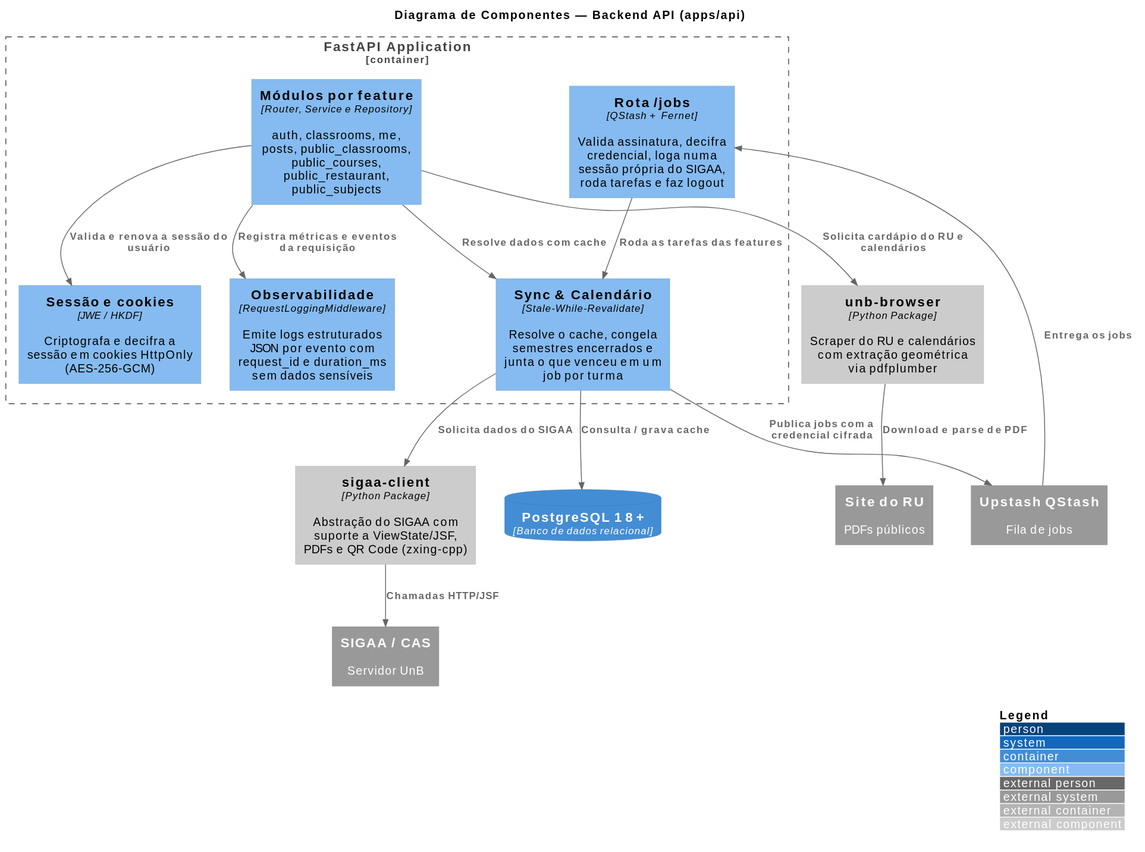
This is docs/assets/components_backend.svg from unb-mds/2026-2-Followw, a PlantUML export, as it was before one commit. Its source is kept beside it as docs/diagrams/components_backend.puml.
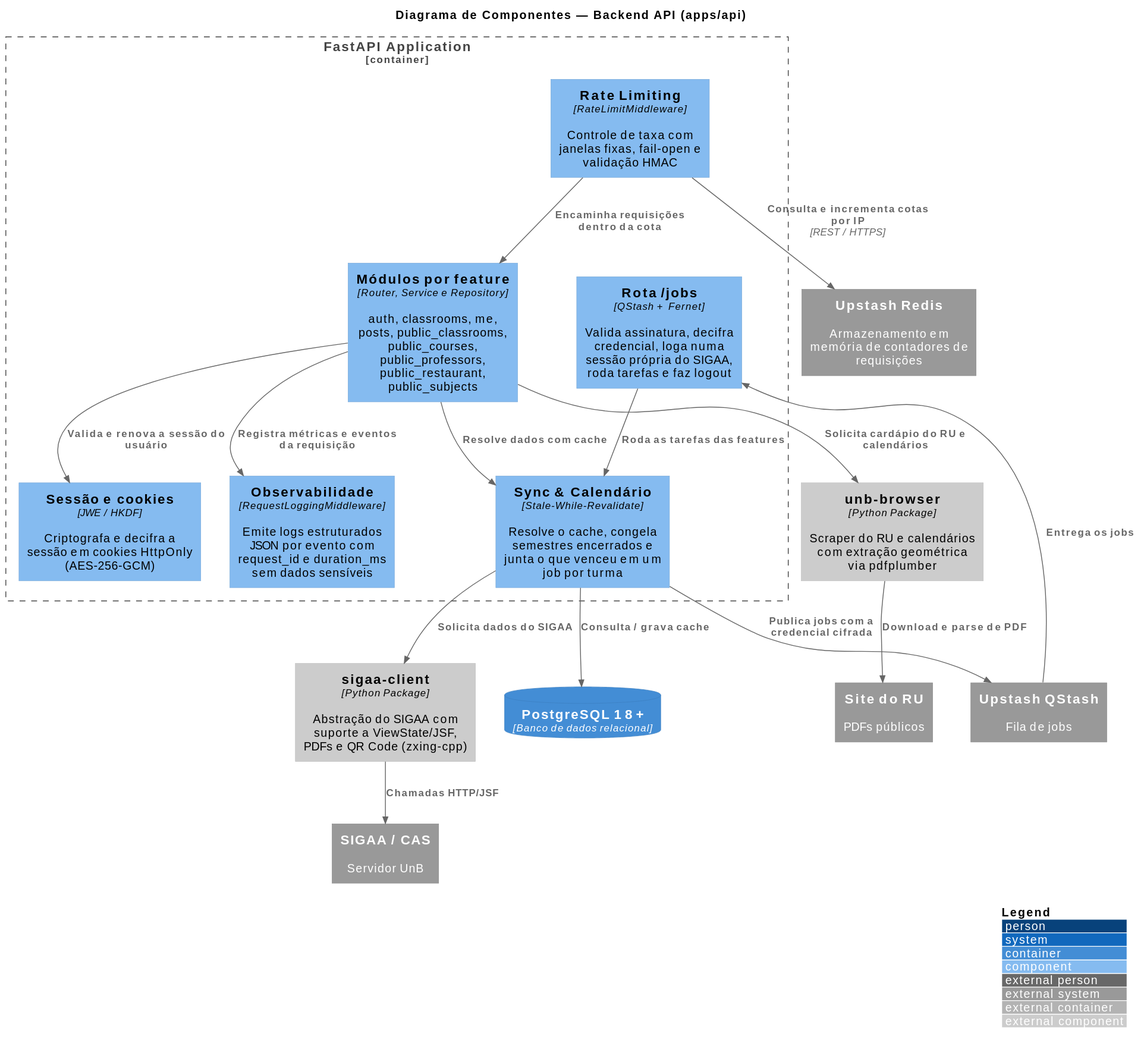
Later version of the same file.

The edit, as a diff of the source:
```diff
@@ -6,7 +6,8 @@
 title Diagrama de Componentes — Backend API (apps/api)
 
 Container_Boundary(api_boundary, "FastAPI Application") {
-    Component(modules, "Módulos por feature", "Router, Service e Repository", "auth, classrooms, me, posts, public_classrooms, public_courses, public_restaurant, public_subjects")
+    Component(ratelimit, "Rate Limiting", "RateLimitMiddleware", "Controle de taxa com janelas fixas, fail-open e validação HMAC")
+    Component(modules, "Módulos por feature", "Router, Service e Repository", "auth, classrooms, me, posts, public_classrooms, public_courses, public_professors, public_restaurant, public_subjects")
     Component(session, "Sessão e cookies", "JWE / HKDF", "Criptografa e decifra a sessão em cookies HttpOnly (AES-256-GCM)")
     Component(sync, "Sync & Calendário", "Stale-While-Revalidate", "Resolve o cache, congela semestres encerrados e junta o que venceu em um job por turma")
     Component(jobs, "Rota /jobs", "QStash + Fernet", "Valida assinatura, decifra credencial, loga numa sessão própria do SIGAA, roda tarefas e faz logout")
@@ -17,10 +18,13 @@
 Component_Ext(unb_browser, "unb-browser", "Python Package", "Scraper do RU e calendários com extração geométrica via pdfplumber")
 
 ContainerDb(db, "PostgreSQL 18+", "Banco de dados relacional")
+System_Ext(redis, "Upstash Redis", "Armazenamento em memória de contadores de requisições")
 System_Ext(qstash, "Upstash QStash", "Fila de jobs")
 System_Ext(sigaa, "SIGAA / CAS", "Servidor UnB")
 System_Ext(ru_site, "Site do RU", "PDFs públicos")
 
+Rel(ratelimit, redis, "Consulta e incrementa cotas por IP", "REST / HTTPS")
+Rel(ratelimit, modules, "Encaminha requisições dentro da cota")
 Rel(modules, session, "Valida e renova a sessão do usuário")
 Rel(modules, sync, "Resolve dados com cache")
 Rel(modules, logger, "Registra métricas e eventos da requisição")
```
